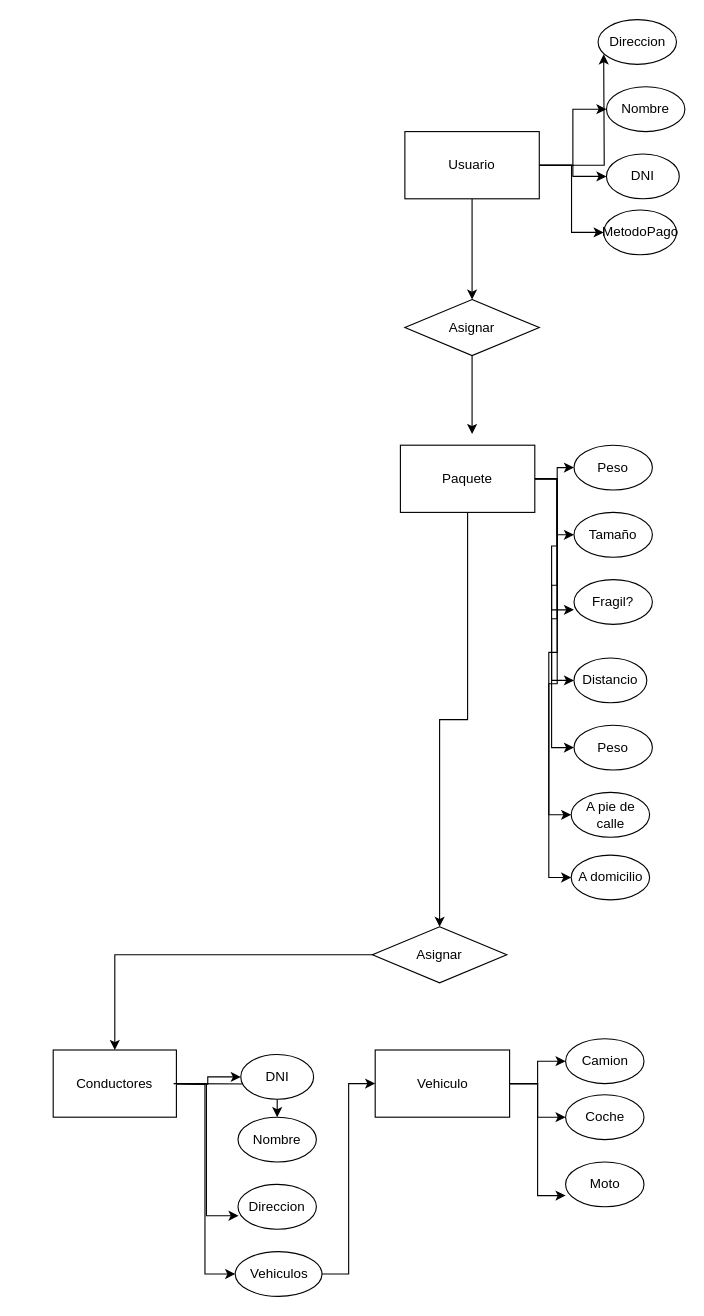
Above: page "Página-2" (2 of 2) of Diagrama sin título.drawio in aetior/bd (draw.io), before the change. Source tidied: cells renumbered, new cells numbered last; positions are measured from the earlier drawing's top-left corner, leaving out a move shared by most shapes. Both pictures are drawn from the tidied source at 112%, with x=0, y=0 at pixel (53, 19).
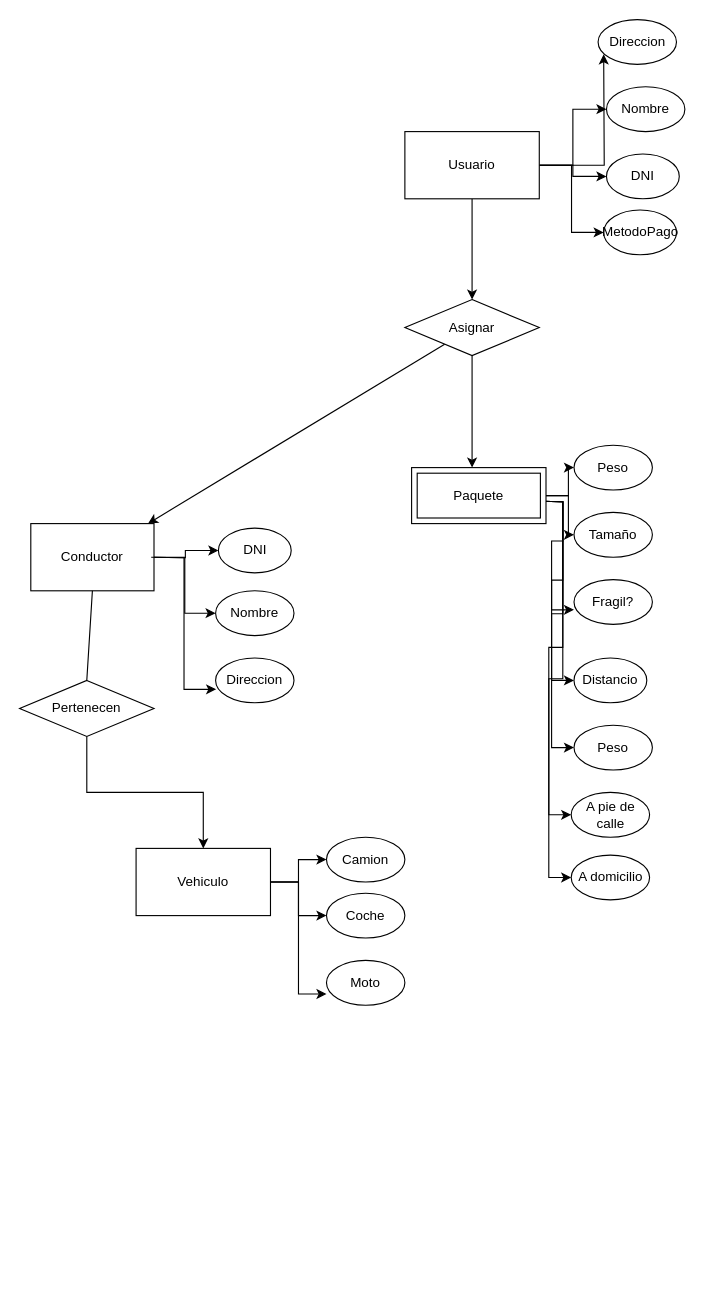
The same diagram, later.

Unchanged cells that the change refers to:
```xml
<mxCell id="36" value="Fragil?" style="ellipse;whiteSpace=wrap;html=1;" parent="1" vertex="1">
  <mxGeometry x="465" y="500" width="70" height="40" as="geometry" />
</mxCell>
<mxCell id="37" value="Tamaño" style="ellipse;whiteSpace=wrap;html=1;" parent="1" vertex="1">
  <mxGeometry x="465" y="440" width="70" height="40" as="geometry" />
</mxCell>
<mxCell id="38" value="Peso" style="ellipse;whiteSpace=wrap;html=1;" parent="1" vertex="1">
  <mxGeometry x="465" y="380" width="70" height="40" as="geometry" />
</mxCell>
<mxCell id="40" value="Distancio" style="ellipse;whiteSpace=wrap;html=1;" parent="1" vertex="1">
  <mxGeometry x="465" y="570" width="65" height="40" as="geometry" />
</mxCell>
<mxCell id="41" value="Peso" style="ellipse;whiteSpace=wrap;html=1;" parent="1" vertex="1">
  <mxGeometry x="465" y="630" width="70" height="40" as="geometry" />
</mxCell>
<mxCell id="42" value="A domicilio" style="ellipse;whiteSpace=wrap;html=1;" parent="1" vertex="1">
  <mxGeometry x="462.5" y="746" width="70" height="40" as="geometry" />
</mxCell>
<mxCell id="43" value="A pie de calle" style="ellipse;whiteSpace=wrap;html=1;" parent="1" vertex="1">
  <mxGeometry x="462.5" y="690" width="70" height="40" as="geometry" />
</mxCell>
<mxCell id="45" value="Asignar" style="rhombus;whiteSpace=wrap;html=1;" parent="1" vertex="1">
  <mxGeometry x="314" y="250" width="120" height="50" as="geometry" />
</mxCell>
```

The edit, as a diff of the source:
```diff
@@
-    <mxCell id="8" style="edgeStyle=orthogonalEdgeStyle;rounded=0;jettySize=auto;html=1;" parent="1" edge="1" source="15" target="38">
-      <mxGeometry relative="1" as="geometry" />
-    </mxCell>
-    <mxCell id="9" style="edgeStyle=orthogonalEdgeStyle;rounded=0;jettySize=auto;html=1;" parent="1" edge="1" source="15" target="37">
-      <mxGeometry relative="1" as="geometry" />
-    </mxCell>
-    <mxCell id="10" style="edgeStyle=orthogonalEdgeStyle;rounded=0;jettySize=auto;html=1;entryX=0;entryY=0.5;entryDx=0;entryDy=0;" parent="1" edge="1" source="15" target="40">
-      <mxGeometry relative="1" as="geometry" />
+    <mxCell id="10" style="edgeStyle=orthogonalEdgeStyle;rounded=0;jettySize=auto;html=1;entryX=0;entryY=0.5;entryDx=0;entryDy=0;" parent="1" edge="1" target="40">
+      <mxGeometry relative="1" as="geometry">
+        <mxPoint x="434" y="430" as="sourcePoint" />
+      </mxGeometry>
     </mxCell>
-    <mxCell id="11" style="edgeStyle=orthogonalEdgeStyle;rounded=0;jettySize=auto;html=1;entryX=0;entryY=0.5;entryDx=0;entryDy=0;" parent="1" edge="1" source="15" target="41">
-      <mxGeometry relative="1" as="geometry" />
+    <mxCell id="11" style="edgeStyle=orthogonalEdgeStyle;rounded=0;jettySize=auto;html=1;entryX=0;entryY=0.5;entryDx=0;entryDy=0;" parent="1" edge="1" target="41">
+      <mxGeometry relative="1" as="geometry">
+        <mxPoint x="434" y="430" as="sourcePoint" />
+      </mxGeometry>
     </mxCell>
-    <mxCell id="12" style="edgeStyle=orthogonalEdgeStyle;rounded=0;jettySize=auto;html=1;entryX=0;entryY=0.5;entryDx=0;entryDy=0;" parent="1" edge="1" source="15" target="43">
-      <mxGeometry relative="1" as="geometry" />
+    <mxCell id="12" style="edgeStyle=orthogonalEdgeStyle;rounded=0;jettySize=auto;html=1;entryX=0;entryY=0.5;entryDx=0;entryDy=0;" parent="1" edge="1" target="43">
+      <mxGeometry relative="1" as="geometry">
+        <mxPoint x="434" y="430" as="sourcePoint" />
+      </mxGeometry>
     </mxCell>
-    <mxCell id="13" style="edgeStyle=orthogonalEdgeStyle;rounded=0;jettySize=auto;html=1;entryX=0;entryY=0.5;entryDx=0;entryDy=0;" parent="1" edge="1" source="15" target="42">
-      <mxGeometry relative="1" as="geometry" />
+    <mxCell id="13" style="edgeStyle=orthogonalEdgeStyle;rounded=0;jettySize=auto;html=1;entryX=0;entryY=0.5;entryDx=0;entryDy=0;" parent="1" edge="1" target="42">
+      <mxGeometry relative="1" as="geometry">
+        <mxPoint x="434" y="430" as="sourcePoint" />
+      </mxGeometry>
     </mxCell>
-    <mxCell id="14" style="edgeStyle=orthogonalEdgeStyle;rounded=0;jettySize=auto;html=1;" parent="1" edge="1" source="15" target="48">
-      <mxGeometry relative="1" as="geometry" />
-    </mxCell>
-    <mxCell id="15" value="Paquete" style="rounded=0;whiteSpace=wrap;html=1;" parent="1" vertex="1">
-      <mxGeometry x="310" y="380" width="120" height="60" as="geometry" />
-    </mxCell>
@@
     <mxCell id="18" value="Vehiculo" style="rounded=0;whiteSpace=wrap;html=1;" parent="1" vertex="1">
-      <mxGeometry x="287.5" y="920" width="120" height="60" as="geometry" />
+      <mxGeometry x="74" y="740" width="120" height="60" as="geometry" />
     </mxCell>
     <mxCell id="19" style="edgeStyle=orthogonalEdgeStyle;rounded=0;jettySize=auto;html=1;" parent="1" edge="1" target="30">
       <mxGeometry relative="1" as="geometry">
-        <mxPoint x="107.5" y="950" as="sourcePoint" />
+        <mxPoint x="87.5" y="480" as="sourcePoint" />
       </mxGeometry>
     </mxCell>
-    <mxCell id="20" style="edgeStyle=orthogonalEdgeStyle;rounded=0;jettySize=auto;html=1;" parent="1" edge="1" target="33">
-      <mxGeometry relative="1" as="geometry">
-        <mxPoint x="107.5" y="950" as="sourcePoint" />
-      </mxGeometry>
-    </mxCell>
-    <mxCell id="21" style="edgeStyle=orthogonalEdgeStyle;rounded=0;jettySize=auto;html=1;entryX=0;entryY=0.5;entryDx=0;entryDy=0;" parent="1" edge="1" target="27">
-      <mxGeometry relative="1" as="geometry">
-        <mxPoint x="107.5" y="950" as="sourcePoint" />
-      </mxGeometry>
-    </mxCell>
+    <mxCell id="49" style="edgeStyle=orthogonalEdgeStyle;rounded=0;jettySize=auto;html=1;entryX=0;entryY=0.5;entryDx=0;entryDy=0;" parent="1" edge="1" source="22" target="33">
+      <mxGeometry relative="1" as="geometry" />
+    </mxCell>
+    <mxCell id="50" style="edgeStyle=orthogonalEdgeStyle;rounded=0;jettySize=auto;html=1;" parent="1" edge="1" source="53" target="18">
+      <mxGeometry relative="1" as="geometry" />
+    </mxCell>
-    <mxCell id="22" value="Conductores" style="rounded=0;whiteSpace=wrap;html=1;" parent="1" vertex="1">
-      <mxGeometry y="920" width="110" height="60" as="geometry" />
+    <mxCell id="22" value="Conductor" style="rounded=0;whiteSpace=wrap;html=1;" parent="1" vertex="1">
+      <mxGeometry x="-20" y="450" width="110" height="60" as="geometry" />
     </mxCell>
@@
     <mxCell id="25" value="Camion" style="ellipse;whiteSpace=wrap;html=1;" parent="1" vertex="1">
-      <mxGeometry x="457.5" y="910" width="70" height="40" as="geometry" />
+      <mxGeometry x="244" y="730" width="70" height="40" as="geometry" />
     </mxCell>
-    <mxCell id="26" style="edgeStyle=orthogonalEdgeStyle;rounded=0;jettySize=auto;html=1;entryX=0;entryY=0.5;entryDx=0;entryDy=0;" parent="1" edge="1" source="27" target="18">
-      <mxGeometry relative="1" as="geometry" />
-    </mxCell>
-    <mxCell id="27" value="Vehiculos" style="ellipse;whiteSpace=wrap;html=1;" parent="1" vertex="1">
-      <mxGeometry x="162.5" y="1100" width="77.5" height="40" as="geometry" />
-    </mxCell>
     <mxCell id="28" value="Moto" style="ellipse;whiteSpace=wrap;html=1;" parent="1" vertex="1">
-      <mxGeometry x="457.5" y="1020" width="70" height="40" as="geometry" />
+      <mxGeometry x="244" y="840" width="70" height="40" as="geometry" />
     </mxCell>
     <mxCell id="29" value="Coche" style="ellipse;whiteSpace=wrap;html=1;" parent="1" vertex="1">
-      <mxGeometry x="457.5" y="960" width="70" height="40" as="geometry" />
+      <mxGeometry x="244" y="780" width="70" height="40" as="geometry" />
     </mxCell>
     <mxCell id="30" value="DNI" style="ellipse;whiteSpace=wrap;html=1;" parent="1" vertex="1">
-      <mxGeometry x="167.5" y="924" width="65" height="40" as="geometry" />
+      <mxGeometry x="147.5" y="454" width="65" height="40" as="geometry" />
     </mxCell>
@@
     <mxCell id="33" value="Nombre" style="ellipse;whiteSpace=wrap;html=1;" parent="1" vertex="1">
-      <mxGeometry x="165" y="980" width="70" height="40" as="geometry" />
+      <mxGeometry x="145" y="510" width="70" height="40" as="geometry" />
     </mxCell>
     <mxCell id="34" value="Direccion&lt;br&gt;" style="ellipse;whiteSpace=wrap;html=1;" parent="1" vertex="1">
-      <mxGeometry x="165" y="1040" width="70" height="40" as="geometry" />
+      <mxGeometry x="145" y="570" width="70" height="40" as="geometry" />
     </mxCell>
     <mxCell id="35" style="edgeStyle=orthogonalEdgeStyle;rounded=0;jettySize=auto;html=1;entryX=0.007;entryY=0.7;entryDx=0;entryDy=0;entryPerimeter=0;" parent="1" edge="1" target="34">
       <mxGeometry relative="1" as="geometry">
-        <mxPoint x="107.5" y="950" as="sourcePoint" />
+        <mxPoint x="87.5" y="480" as="sourcePoint" />
       </mxGeometry>
     </mxCell>
@@
-    <mxCell id="39" style="edgeStyle=orthogonalEdgeStyle;rounded=0;jettySize=auto;html=1;entryX=0;entryY=0.675;entryDx=0;entryDy=0;entryPerimeter=0;" parent="1" edge="1" source="15" target="36">
-      <mxGeometry relative="1" as="geometry" />
+    <mxCell id="39" style="edgeStyle=orthogonalEdgeStyle;rounded=0;jettySize=auto;html=1;entryX=0;entryY=0.675;entryDx=0;entryDy=0;entryPerimeter=0;" parent="1" edge="1" target="36">
+      <mxGeometry relative="1" as="geometry">
+        <mxPoint x="434" y="430" as="sourcePoint" />
+      </mxGeometry>
     </mxCell>
@@
-    <mxCell id="44" style="edgeStyle=orthogonalEdgeStyle;rounded=0;jettySize=auto;html=1;" parent="1" edge="1" source="45">
-      <mxGeometry relative="1" as="geometry">
-        <mxPoint x="374" y="370" as="targetPoint" />
-      </mxGeometry>
-    </mxCell>
+    <mxCell id="51" style="edgeStyle=orthogonalEdgeStyle;rounded=0;jettySize=auto;html=1;entryX=0.5;entryY=0;entryDx=0;entryDy=0;" parent="1" edge="1" source="45">
+      <mxGeometry relative="1" as="geometry">
+        <mxPoint x="374" y="400" as="targetPoint" />
+      </mxGeometry>
+    </mxCell>
+    <mxCell id="52" style="rounded=0;jettySize=auto;html=1;" parent="1" edge="1" source="45" target="22">
+      <mxGeometry relative="1" as="geometry" />
+    </mxCell>
@@
-    <mxCell id="47" style="edgeStyle=orthogonalEdgeStyle;rounded=0;jettySize=auto;html=1;" parent="1" edge="1" source="48" target="22">
-      <mxGeometry relative="1" as="geometry" />
-    </mxCell>
-    <mxCell id="48" value="Asignar" style="rhombus;whiteSpace=wrap;html=1;" parent="1" vertex="1">
-      <mxGeometry x="285" y="810" width="120" height="50" as="geometry" />
-    </mxCell>
+    <mxCell id="8" style="edgeStyle=orthogonalEdgeStyle;rounded=0;jettySize=auto;html=1;" parent="1" edge="1" source="15" target="38">
+      <mxGeometry relative="1" as="geometry" />
+    </mxCell>
+    <mxCell id="9" style="edgeStyle=orthogonalEdgeStyle;rounded=0;jettySize=auto;html=1;" parent="1" edge="1" source="15" target="37">
+      <mxGeometry relative="1" as="geometry" />
+    </mxCell>
+    <mxCell id="15" value="Paquete" style="shape=ext;margin=3;double=1;whiteSpace=wrap;html=1;align=center;" parent="1" vertex="1">
+      <mxGeometry x="320" y="400" width="120" height="50" as="geometry" />
+    </mxCell>
+    <mxCell id="53" value="Pertenecen" style="rhombus;whiteSpace=wrap;html=1;" parent="1" vertex="1">
+      <mxGeometry x="-30" y="590" width="120" height="50" as="geometry" />
+    </mxCell>
+    <mxCell id="54" style="endArrow=none;html=1;rounded=0;exitX=0.5;exitY=0;exitDx=0;exitDy=0;entryX=0.5;entryY=1;entryDx=0;entryDy=0;" parent="1" edge="1" source="53" target="22">
+      <mxGeometry relative="1" as="geometry" />
+    </mxCell>
```
